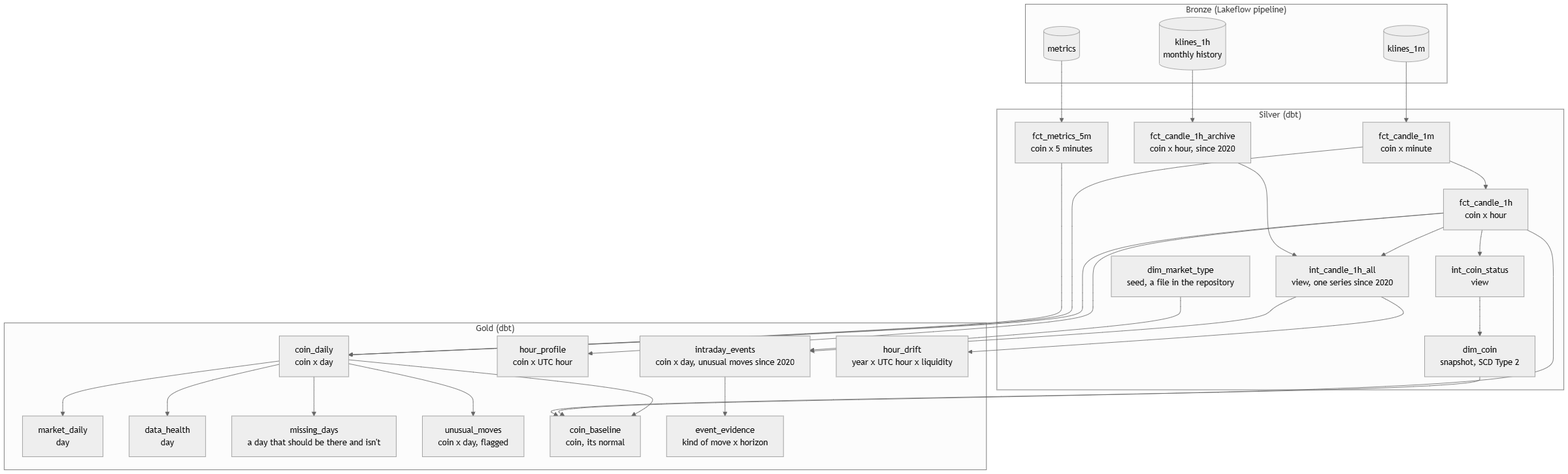
shivam65-sketch/medusa keeps this Mermaid diagram as docs/images/diagrams/dbt-lineage.png. Above is the earlier version. Its source is kept beside it as docs/diagrams/dbt-lineage.mmd.
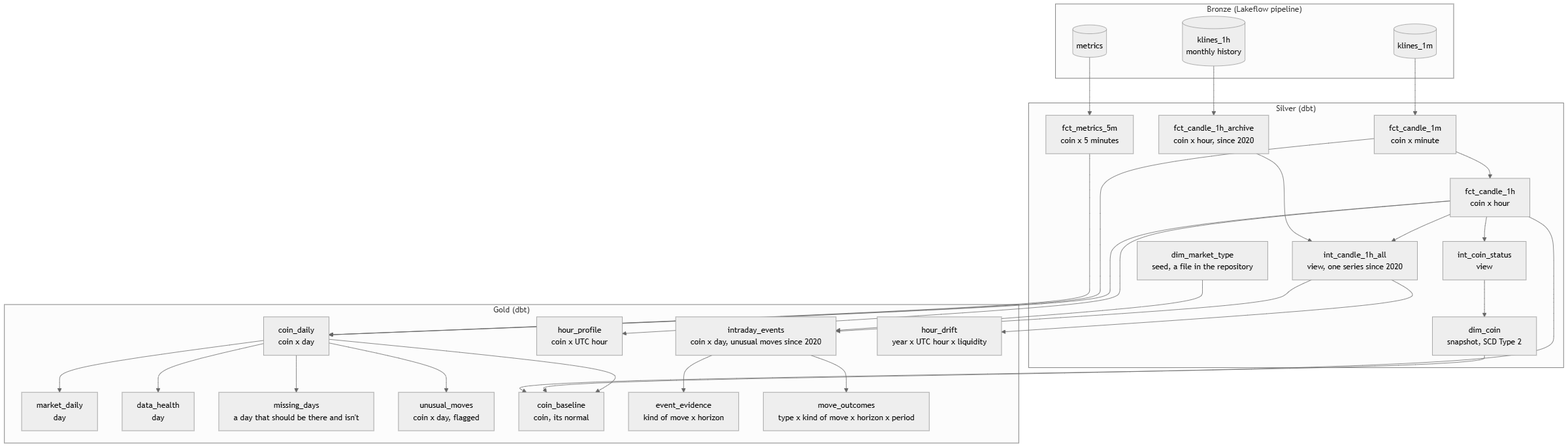
Above is the later version.

Diff of the diagram source:
```diff
@@ -26,6 +26,7 @@
     ie["intraday_events<br>coin x day, unusual moves since 2020"]
     ee["event_evidence<br>kind of move x horizon"]
     hd["hour_drift<br>year x UTC hour x liquidity"]
+    mo["move_outcomes<br>type x kind of move x horizon x period"]
   end
   bk --> c1
   bm --> m5
@@ -46,5 +47,6 @@
   c1h --> cb
   dc --> cb
   all --> ie --> ee
+  ie --> mo
   mt --> ie
   all --> hd
```
